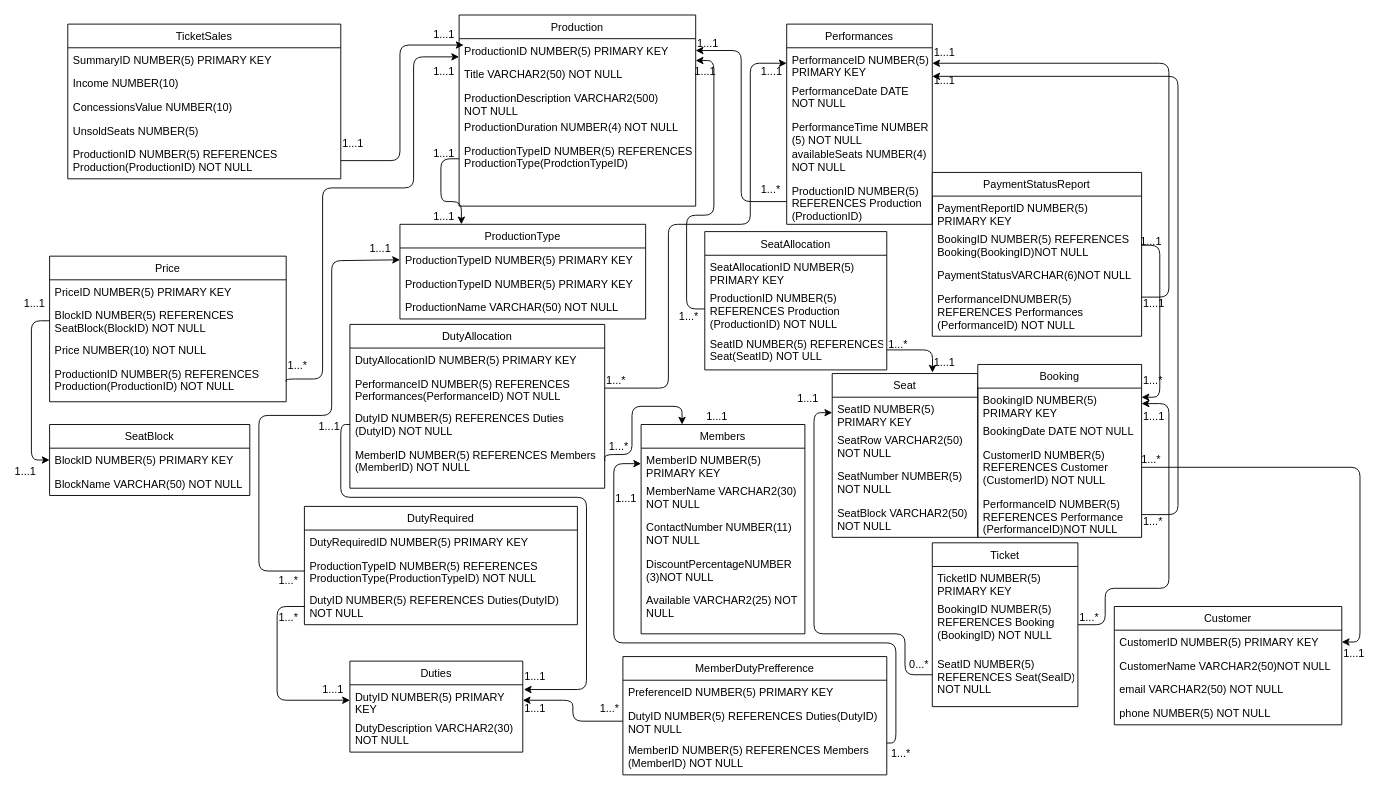
The draw.io diagram Untitled Diagram.drawio in iamheetp/ecomstore, before the edit. Source tidied: cells renumbered, new cells numbered last; positions are measured from the earlier drawing's top-left corner, leaving out a move shared by most shapes. Both pictures are drawn from the tidied source at 91%, with x=0, y=0 at pixel (13, 15).
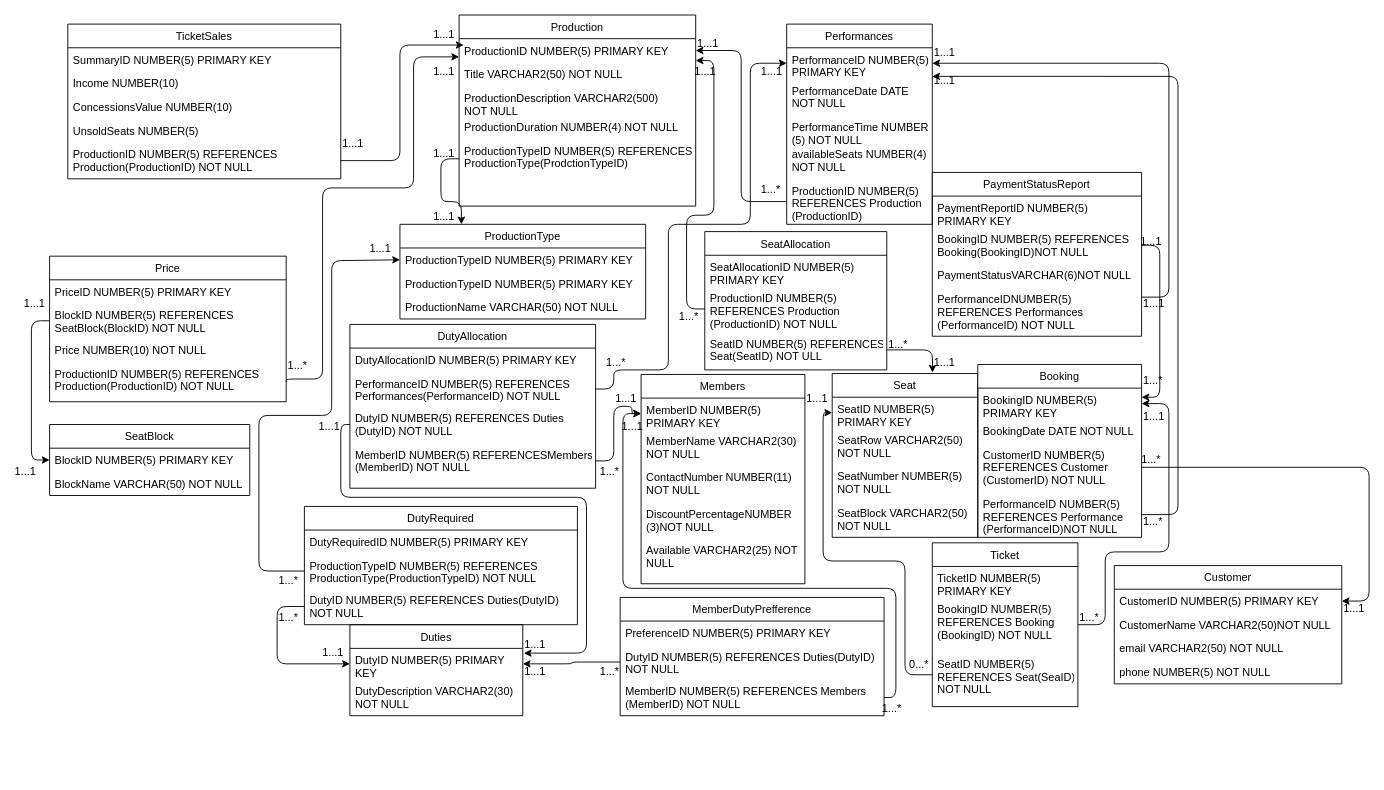
After the change.

The change refers to these unchanged cells:
```xml
<mxCell id="3" value="SeatID NUMBER(5)&#10;PRIMARY KEY" style="text;align=left;verticalAlign=top;spacingLeft=4;spacingRight=4;overflow=hidden;points=[[0,0.5],[1,0.5]];portConstraint=eastwest;" parent="2" vertex="1">
  <mxGeometry y="26" width="160" height="34" as="geometry" />
</mxCell>
<mxCell id="8" value="BookingID NUMBER(5)&#10;PRIMARY KEY" style="text;align=left;verticalAlign=top;spacingLeft=4;spacingRight=4;overflow=hidden;points=[[0,0.5],[1,0.5]];portConstraint=eastwest;" parent="7" vertex="1">
  <mxGeometry y="26" width="180" height="34" as="geometry" />
</mxCell>
<mxCell id="10" value="CustomerID NUMBER(5)&#10;REFERENCES Customer&#10;(CustomerID) NOT NULL" style="text;align=left;verticalAlign=top;spacingLeft=4;spacingRight=4;overflow=hidden;points=[[0,0.5],[1,0.5]];portConstraint=eastwest;" parent="7" vertex="1">
  <mxGeometry y="86" width="180" height="54" as="geometry" />
</mxCell>
<mxCell id="20" value="PerformanceID NUMBER(5)&#10;PRIMARY KEY" style="text;align=left;verticalAlign=top;spacingLeft=4;spacingRight=4;overflow=hidden;points=[[0,0.5],[1,0.5]];portConstraint=eastwest;" parent="19" vertex="1">
  <mxGeometry y="26" width="160" height="34" as="geometry" />
</mxCell>
<mxCell id="33" value="DutyID NUMBER(5) PRIMARY&#10;KEY" style="text;align=left;verticalAlign=top;spacingLeft=4;spacingRight=4;overflow=hidden;points=[[0,0.5],[1,0.5]];portConstraint=eastwest;" parent="32" vertex="1">
  <mxGeometry y="26" width="190" height="34" as="geometry" />
</mxCell>
<mxCell id="55" value="MemberID NUMBER(5) &#10;PRIMARY KEY" style="text;align=left;verticalAlign=top;spacingLeft=4;spacingRight=4;overflow=hidden;points=[[0,0.5],[1,0.5]];portConstraint=eastwest;" parent="54" vertex="1">
  <mxGeometry y="26" width="180" height="34" as="geometry" />
</mxCell>
<mxCell id="62" value="CustomerID NUMBER(5) PRIMARY KEY" style="text;align=left;verticalAlign=top;spacingLeft=4;spacingRight=4;overflow=hidden;points=[[0,0.5],[1,0.5]];portConstraint=eastwest;" parent="61" vertex="1">
  <mxGeometry y="26" width="250" height="26" as="geometry" />
</mxCell>
<mxCell id="70" value="BookingID NUMBER(5)&#10;REFERENCES Booking&#10;(BookingID) NOT NULL" style="text;align=left;verticalAlign=top;spacingLeft=4;spacingRight=4;overflow=hidden;points=[[0,0.5],[1,0.5]];portConstraint=eastwest;rounded=0;shadow=0;html=0;" parent="68" vertex="1">
  <mxGeometry y="60" width="160" height="60" as="geometry" />
</mxCell>
<mxCell id="71" value="SeatID NUMBER(5)&#10;REFERENCES Seat(SeaID)&#10;NOT NULL" style="text;align=left;verticalAlign=top;spacingLeft=4;spacingRight=4;overflow=hidden;points=[[0,0.5],[1,0.5]];portConstraint=eastwest;rounded=0;shadow=0;html=0;" parent="68" vertex="1">
  <mxGeometry y="120" width="160" height="50" as="geometry" />
</mxCell>
<mxCell id="78" value="DutyID NUMBER(5) REFERENCES Duties(DutyID)&#10;NOT NULL" style="text;align=left;verticalAlign=top;spacingLeft=4;spacingRight=4;overflow=hidden;points=[[0,0.5],[1,0.5]];portConstraint=eastwest;rounded=0;shadow=0;html=0;" parent="75" vertex="1">
  <mxGeometry y="90" width="300" height="40" as="geometry" />
</mxCell>
<mxCell id="132" value="MemberID NUMBER(5) REFERENCES Members&#10;(MemberID) NOT NULL" style="text;align=left;verticalAlign=top;spacingLeft=4;spacingRight=4;overflow=hidden;points=[[0,0.5],[1,0.5]];portConstraint=eastwest;rounded=0;shadow=0;html=0;" parent="129" vertex="1">
  <mxGeometry y="90" width="290" height="40" as="geometry" />
</mxCell>
```

Change to the diagram source:
```diff
@@
-    <mxCell id="30" style="edgeStyle=orthogonalEdgeStyle;rounded=1;jettySize=auto;html=1;curved=0;endArrow=none;endFill=0;startArrow=classic;startFill=1;" parent="1" edge="1" source="33" target="78">
+    <mxCell id="30" style="edgeStyle=orthogonalEdgeStyle;rounded=1;jettySize=auto;html=1;curved=0;endArrow=none;endFill=0;startArrow=classic;startFill=1;exitX=0;exitY=0.5;exitDx=0;exitDy=0;" parent="1" edge="1" source="33" target="78">
       <mxGeometry relative="1" as="geometry">
         <Array as="points">
-          <mxPoint x="290" y="753" />
+          <mxPoint x="290" y="713" />
           <mxPoint x="290" y="650" />
         </Array>
       </mxGeometry>
     </mxCell>
     <mxCell id="31" style="edgeStyle=orthogonalEdgeStyle;rounded=1;jettySize=auto;html=1;exitX=1.006;exitY=0.154;exitDx=0;exitDy=0;curved=0;endArrow=none;endFill=0;exitPerimeter=0;startArrow=classic;startFill=1;" parent="1" edge="1" source="33" target="46">
       <mxGeometry relative="1" as="geometry">
         <Array as="points">
-          <mxPoint x="630" y="741" />
+          <mxPoint x="630" y="701" />
           <mxPoint x="630" y="530" />
           <mxPoint x="360" y="530" />
           <mxPoint x="360" y="450" />
         </Array>
       </mxGeometry>
     </mxCell>
     <mxCell id="32" value="Duties" style="swimlane;fontStyle=0;align=center;verticalAlign=top;horizontal=1;startSize=26;rounded=0;shadow=0;strokeWidth=1;" parent="1" vertex="1">
-      <mxGeometry x="370" y="710" width="190" height="100" as="geometry" />
+      <mxGeometry x="370" y="670" width="190" height="100" as="geometry" />
     </mxCell>
@@
     <mxCell id="43" value="DutyAllocation" style="swimlane;fontStyle=0;align=center;verticalAlign=top;horizontal=1;startSize=26;rounded=0;shadow=0;strokeWidth=1;" parent="1" vertex="1">
-      <mxGeometry x="370" y="340" width="280" height="180" as="geometry" />
+      <mxGeometry x="370" y="340" width="270" height="180" as="geometry" />
     </mxCell>
     <mxCell id="44" value="DutyAllocationID NUMBER(5) PRIMARY KEY" style="text;align=left;verticalAlign=top;spacingLeft=4;spacingRight=4;overflow=hidden;" parent="43" vertex="1">
-      <mxGeometry y="26" width="280" height="26" as="geometry" />
+      <mxGeometry y="26" width="270" height="26" as="geometry" />
     </mxCell>
     <mxCell id="45" value="PerformanceID NUMBER(5) REFERENCES&#10;Performances(PerformanceID) NOT NULL" style="text;align=left;verticalAlign=top;spacingLeft=4;spacingRight=4;overflow=hidden;points=[[0,0.5],[1,0.5]];portConstraint=eastwest;rounded=0;shadow=0;html=0;" parent="43" vertex="1">
-      <mxGeometry y="52" width="280" height="38" as="geometry" />
+      <mxGeometry y="52" width="270" height="38" as="geometry" />
     </mxCell>
     <mxCell id="46" value="DutyID NUMBER(5) REFERENCES Duties&#10;(DutyID) NOT NULL" style="text;align=left;verticalAlign=top;spacingLeft=4;spacingRight=4;overflow=hidden;points=[[0,0.5],[1,0.5]];portConstraint=eastwest;rounded=0;shadow=0;html=0;" parent="43" vertex="1">
-      <mxGeometry y="90" width="280" height="40" as="geometry" />
+      <mxGeometry y="90" width="270" height="40" as="geometry" />
     </mxCell>
-    <mxCell id="47" value="MemberID NUMBER(5) REFERENCES Members&#10;(MemberID) NOT NULL" style="text;align=left;verticalAlign=top;spacingLeft=4;spacingRight=4;overflow=hidden;points=[[0,0.5],[1,0.5]];portConstraint=eastwest;rounded=0;shadow=0;html=0;" parent="43" vertex="1">
-      <mxGeometry y="130" width="280" height="40" as="geometry" />
+    <mxCell id="47" value="MemberID NUMBER(5) REFERENCESMembers&#10;(MemberID) NOT NULL" style="text;align=left;verticalAlign=top;spacingLeft=4;spacingRight=4;overflow=hidden;points=[[0,0.5],[1,0.5]];portConstraint=eastwest;rounded=0;shadow=0;html=0;" parent="43" vertex="1">
+      <mxGeometry y="130" width="270" height="40" as="geometry" />
     </mxCell>
     <mxCell id="48" value="1...*" style="align=left;verticalAlign=bottom;labelBackgroundColor=none;fontSize=12;" parent="1" vertex="1">
-      <mxGeometry x="650" y="410" as="geometry" />
+      <mxGeometry x="650" y="390" as="geometry" />
     </mxCell>
@@
     <mxCell id="50" value="1...*" style="align=left;verticalAlign=bottom;labelBackgroundColor=none;fontSize=12;" parent="1" vertex="1">
-      <mxGeometry x="630" y="353" as="geometry">
+      <mxGeometry x="620" y="380" as="geometry">
         <mxPoint x="23" y="130" as="offset" />
       </mxGeometry>
     </mxCell>
     <mxCell id="51" value="1...1" style="align=left;verticalAlign=bottom;labelBackgroundColor=none;fontSize=12;" parent="1" vertex="1">
-      <mxGeometry x="760" y="450" as="geometry" />
+      <mxGeometry x="660" y="430" as="geometry" />
     </mxCell>
     <mxCell id="52" value="1...1" style="align=left;verticalAlign=bottom;labelBackgroundColor=none;fontSize=12;" parent="1" vertex="1">
-      <mxGeometry x="560" y="735" as="geometry" />
+      <mxGeometry x="560" y="700" as="geometry" />
     </mxCell>
-    <mxCell id="53" style="edgeStyle=orthogonalEdgeStyle;rounded=1;jettySize=auto;html=1;exitX=0.25;exitY=0;exitDx=0;exitDy=0;entryX=1;entryY=0.5;entryDx=0;entryDy=0;curved=0;endArrow=none;endFill=0;startArrow=classic;startFill=1;" parent="1" edge="1" source="54" target="47">
-      <mxGeometry relative="1" as="geometry">
-        <Array as="points">
-          <mxPoint x="735" y="430" />
-          <mxPoint x="680" y="430" />
-          <mxPoint x="680" y="483" />
-        </Array>
-      </mxGeometry>
-    </mxCell>
     <mxCell id="54" value="Members" style="swimlane;fontStyle=0;align=center;verticalAlign=top;horizontal=1;startSize=26;rounded=0;shadow=0;strokeWidth=1;" parent="1" vertex="1">
-      <mxGeometry x="690" y="450" width="180" height="230" as="geometry" />
+      <mxGeometry x="690" y="395" width="180" height="230" as="geometry" />
     </mxCell>
@@
     <mxCell id="60" style="edgeStyle=orthogonalEdgeStyle;rounded=1;jettySize=auto;html=1;exitX=1;exitY=0.5;exitDx=0;exitDy=0;entryX=1;entryY=0.5;entryDx=0;entryDy=0;endArrow=none;endFill=0;curved=0;startArrow=classic;startFill=1;" parent="1" edge="1" source="62" target="10">
       <mxGeometry relative="1" as="geometry">
         <Array as="points">
-          <mxPoint x="1480" y="689" />
-          <mxPoint x="1480" y="497" />
+          <mxPoint x="1490" y="644" />
+          <mxPoint x="1490" y="497" />
         </Array>
       </mxGeometry>
     </mxCell>
     <mxCell id="61" value="Customer" style="swimlane;fontStyle=0;align=center;verticalAlign=top;horizontal=1;startSize=26;rounded=0;shadow=0;strokeWidth=1;" parent="1" vertex="1">
-      <mxGeometry x="1210" y="650" width="250" height="130" as="geometry" />
+      <mxGeometry x="1210" y="605" width="250" height="130" as="geometry" />
     </mxCell>
@@
     <mxCell id="66" style="edgeStyle=orthogonalEdgeStyle;rounded=1;jettySize=auto;html=1;exitX=0;exitY=0.5;exitDx=0;exitDy=0;curved=0;endArrow=classic;endFill=1;entryX=0;entryY=0.5;entryDx=0;entryDy=0;startArrow=none;startFill=0;" parent="1" edge="1" source="71" target="3">
       <mxGeometry relative="1" as="geometry">
         <Array as="points">
           <mxPoint x="980" y="725" />
-          <mxPoint x="980" y="680" />
-          <mxPoint x="880" y="680" />
-          <mxPoint x="880" y="437" />
+          <mxPoint x="980" y="600" />
+          <mxPoint x="890" y="600" />
+          <mxPoint x="890" y="437" />
         </Array>
       </mxGeometry>
     </mxCell>
     <mxCell id="67" style="edgeStyle=orthogonalEdgeStyle;rounded=1;jettySize=auto;html=1;curved=0;endArrow=classic;endFill=1;" parent="1" edge="1" source="70" target="8">
       <mxGeometry relative="1" as="geometry">
         <Array as="points">
           <mxPoint x="1200" y="670" />
-          <mxPoint x="1200" y="630" />
-          <mxPoint x="1270" y="630" />
+          <mxPoint x="1200" y="590" />
+          <mxPoint x="1270" y="590" />
           <mxPoint x="1270" y="427" />
         </Array>
       </mxGeometry>
     </mxCell>
@@
     <mxCell id="72" value="1...1" style="align=left;verticalAlign=bottom;labelBackgroundColor=none;fontSize=12;" parent="1" vertex="1">
-      <mxGeometry x="1460" y="710" as="geometry" />
+      <mxGeometry x="1460" y="660" as="geometry" />
     </mxCell>
@@
     <mxCell id="96" value="1...1" style="align=left;verticalAlign=bottom;labelBackgroundColor=none;fontSize=12;" parent="1" vertex="1">
-      <mxGeometry x="850" y="570" as="geometry">
+      <mxGeometry x="850" y="530" as="geometry">
         <mxPoint x="-512" y="179" as="offset" />
       </mxGeometry>
     </mxCell>
@@
     <mxCell id="103" value="1...1" style="align=left;verticalAlign=bottom;labelBackgroundColor=none;fontSize=12;" parent="1" vertex="1">
-      <mxGeometry x="860" y="430" as="geometry" />
+      <mxGeometry x="870" y="430" as="geometry" />
     </mxCell>
@@
     <mxCell id="127" style="edgeStyle=orthogonalEdgeStyle;rounded=1;jettySize=auto;html=1;curved=0;endArrow=classic;endFill=1;entryX=0;entryY=0.5;entryDx=0;entryDy=0;" parent="1" edge="1" source="45" target="20">
       <mxGeometry relative="1" as="geometry">
         <Array as="points">
-          <mxPoint x="720" y="410" />
+          <mxPoint x="660" y="411" />
+          <mxPoint x="660" y="390" />
+          <mxPoint x="720" y="390" />
           <mxPoint x="720" y="230" />
           <mxPoint x="810" y="230" />
           <mxPoint x="810" y="53" />
         </Array>
       </mxGeometry>
     </mxCell>
     <mxCell id="128" style="edgeStyle=orthogonalEdgeStyle;rounded=1;jettySize=auto;html=1;entryX=0;entryY=0.5;entryDx=0;entryDy=0;curved=0;endArrow=classic;endFill=1;" parent="1" edge="1" source="132" target="55">
       <mxGeometry relative="1" as="geometry">
         <Array as="points">
-          <mxPoint x="970" y="800" />
-          <mxPoint x="970" y="690" />
-          <mxPoint x="660" y="690" />
-          <mxPoint x="660" y="493" />
+          <mxPoint x="970" y="750" />
+          <mxPoint x="970" y="630" />
+          <mxPoint x="670" y="630" />
+          <mxPoint x="670" y="438" />
         </Array>
       </mxGeometry>
     </mxCell>
     <mxCell id="129" value="MemberDutyPrefference" style="swimlane;fontStyle=0;align=center;verticalAlign=top;horizontal=1;startSize=26;rounded=0;shadow=0;strokeWidth=1;" parent="1" vertex="1">
-      <mxGeometry x="670" y="705" width="290" height="130" as="geometry" />
+      <mxGeometry x="667" y="640" width="290" height="130" as="geometry" />
     </mxCell>
@@
     <mxCell id="134" value="1...1" style="align=left;verticalAlign=bottom;labelBackgroundColor=none;fontSize=12;" parent="1" vertex="1">
-      <mxGeometry x="660" y="540" width="160" as="geometry" />
+      <mxGeometry x="667" y="460" width="160" as="geometry" />
     </mxCell>
     <mxCell id="135" value="1...*" style="align=left;verticalAlign=bottom;labelBackgroundColor=none;fontSize=12;" parent="1" vertex="1">
-      <mxGeometry x="940" y="690" as="geometry">
+      <mxGeometry x="930" y="640" as="geometry">
         <mxPoint x="23" y="130" as="offset" />
       </mxGeometry>
     </mxCell>
     <mxCell id="136" value="1...1" style="align=left;verticalAlign=bottom;labelBackgroundColor=none;fontSize=12;" parent="1" vertex="1">
-      <mxGeometry x="560" y="770" width="160" as="geometry" />
+      <mxGeometry x="560" y="730" width="160" as="geometry" />
     </mxCell>
     <mxCell id="137" value="1...*" style="align=left;verticalAlign=bottom;labelBackgroundColor=none;fontSize=12;" parent="1" vertex="1">
-      <mxGeometry x="620" y="640" as="geometry">
+      <mxGeometry x="620" y="600" as="geometry">
         <mxPoint x="23" y="130" as="offset" />
       </mxGeometry>
     </mxCell>
@@
+    <mxCell id="143" style="edgeStyle=orthogonalEdgeStyle;rounded=1;jettySize=auto;html=1;exitX=1;exitY=0.5;exitDx=0;exitDy=0;entryX=0;entryY=0.5;entryDx=0;entryDy=0;curved=0;" parent="1" edge="1" source="47" target="55">
+      <mxGeometry relative="1" as="geometry">
+        <Array as="points">
+          <mxPoint x="660" y="490" />
+          <mxPoint x="660" y="430" />
+          <mxPoint x="680" y="430" />
+          <mxPoint x="680" y="438" />
+        </Array>
+      </mxGeometry>
+    </mxCell>
```
